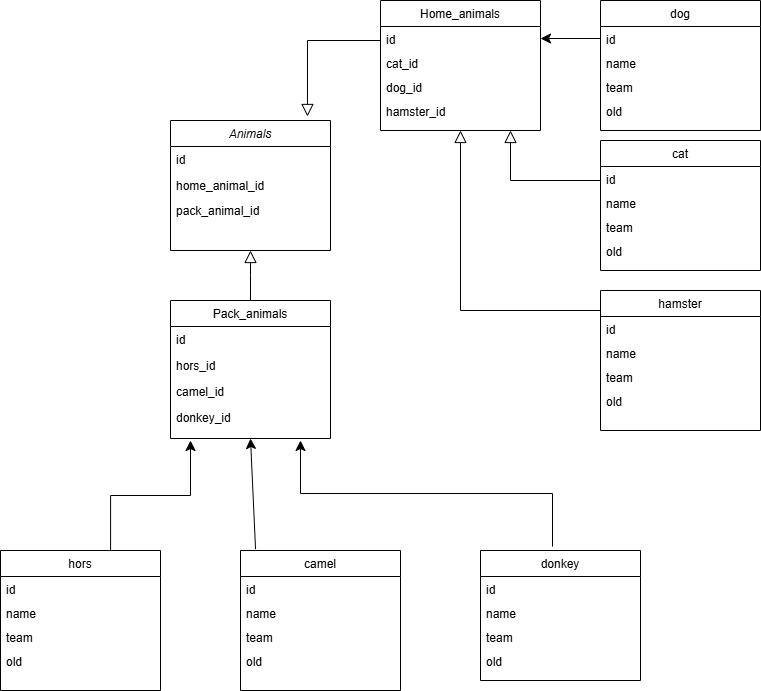
Earlier version of the draw.io export class_diagram.drawio.png (darina1009/final_work). Source tidied: cells renumbered, new cells last; positions are measured from the earlier drawing's top-left corner, leaving out a move shared by most shapes.
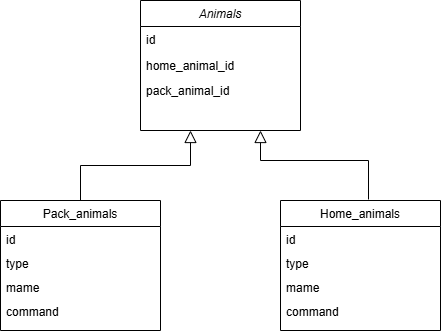
After the change.

Commit message:
class_diagram

What changed in the source:
```diff
@@ -3,7 +3,7 @@
     <mxCell id="0" />
     <mxCell id="1" parent="0" />
     <mxCell id="2" value="Animals" style="swimlane;fontStyle=2;align=center;verticalAlign=top;horizontal=1;startSize=26;rounded=0;shadow=0;strokeWidth=1;" parent="1" vertex="1">
-      <mxGeometry x="170" y="120" width="160" height="130" as="geometry" />
+      <mxGeometry x="320" y="110" width="160" height="130" as="geometry" />
     </mxCell>
     <mxCell id="3" value="id" style="text;align=left;verticalAlign=top;spacingLeft=4;spacingRight=4;overflow=hidden;" parent="2" vertex="1">
       <mxGeometry y="26" width="160" height="26" as="geometry" />
@@ -14,170 +14,51 @@
     <mxCell id="5" style="line;html=1;strokeWidth=1;align=left;verticalAlign=middle;spacingTop=-1;spacingLeft=3;spacingRight=3;labelPosition=right;" parent="2" vertex="1">
       <mxGeometry y="78" width="160" as="geometry" />
     </mxCell>
-    <mxCell id="6" value="Pack_animals" style="swimlane;fontStyle=0;align=center;verticalAlign=top;horizontal=1;startSize=26;rounded=0;shadow=0;strokeWidth=1;" parent="1" vertex="1">
-      <mxGeometry x="170" y="300" width="160" height="138" as="geometry" />
-    </mxCell>
-    <mxCell id="7" value="id" style="text;align=left;verticalAlign=top;spacingLeft=4;spacingRight=4;overflow=hidden;" parent="6" vertex="1">
-      <mxGeometry y="26" width="160" height="26" as="geometry" />
-    </mxCell>
-    <mxCell id="8" value="hors_id" style="text;align=left;verticalAlign=top;spacingLeft=4;spacingRight=4;overflow=hidden;rounded=0;shadow=0;html=0;" parent="6" vertex="1">
-      <mxGeometry y="52" width="160" height="26" as="geometry" />
-    </mxCell>
-    <mxCell id="9" value="camel_id" style="text;align=left;verticalAlign=top;spacingLeft=4;spacingRight=4;overflow=hidden;rounded=0;shadow=0;html=0;" parent="6" vertex="1">
-      <mxGeometry y="78" width="160" height="26" as="geometry" />
-    </mxCell>
-    <mxCell id="10" value="donkey_id" style="text;align=left;verticalAlign=top;spacingLeft=4;spacingRight=4;overflow=hidden;rounded=0;shadow=0;html=0;" parent="6" vertex="1">
-      <mxGeometry y="104" width="160" height="26" as="geometry" />
-    </mxCell>
-    <mxCell id="11" style="endArrow=block;endSize=10;endFill=0;shadow=0;strokeWidth=1;rounded=0;curved=0;edgeStyle=elbowEdgeStyle;elbow=vertical;" parent="1" edge="1" source="6" target="2">
-      <mxGeometry relative="1" as="geometry" />
+    <mxCell id="11" style="endArrow=block;endSize=10;endFill=0;shadow=0;strokeWidth=1;rounded=0;curved=0;edgeStyle=elbowEdgeStyle;elbow=vertical;exitX=0.5;exitY=0;exitDx=0;exitDy=0;" parent="1" edge="1" source="6">
+      <mxGeometry relative="1" as="geometry">
+        <mxPoint x="370" y="240" as="targetPoint" />
+      </mxGeometry>
     </mxCell>
     <mxCell id="12" value="Home_animals" style="swimlane;fontStyle=0;align=center;verticalAlign=top;horizontal=1;startSize=26;rounded=0;shadow=0;strokeWidth=1;" parent="1" vertex="1">
-      <mxGeometry x="380" width="160" height="130" as="geometry" />
+      <mxGeometry x="460" y="310" width="160" height="130" as="geometry" />
     </mxCell>
     <mxCell id="13" value="id" style="text;align=left;verticalAlign=top;spacingLeft=4;spacingRight=4;overflow=hidden;points=[[0,0.5],[1,0.5]];portConstraint=eastwest;" parent="12" vertex="1">
       <mxGeometry y="26" width="160" height="24" as="geometry" />
     </mxCell>
-    <mxCell id="14" value="cat_id" style="text;align=left;verticalAlign=top;spacingLeft=4;spacingRight=4;overflow=hidden;" parent="12" vertex="1">
+    <mxCell id="14" value="type" style="text;align=left;verticalAlign=top;spacingLeft=4;spacingRight=4;overflow=hidden;" parent="12" vertex="1">
       <mxGeometry y="50" width="160" height="24" as="geometry" />
     </mxCell>
-    <mxCell id="15" value="dog_id" style="text;align=left;verticalAlign=top;spacingLeft=4;spacingRight=4;overflow=hidden;" parent="12" vertex="1">
+    <mxCell id="15" value="mame" style="text;align=left;verticalAlign=top;spacingLeft=4;spacingRight=4;overflow=hidden;" parent="12" vertex="1">
       <mxGeometry y="74" width="160" height="24" as="geometry" />
     </mxCell>
-    <mxCell id="16" value="hamster_id" style="text;align=left;verticalAlign=top;spacingLeft=4;spacingRight=4;overflow=hidden;" parent="12" vertex="1">
+    <mxCell id="16" value="command" style="text;align=left;verticalAlign=top;spacingLeft=4;spacingRight=4;overflow=hidden;" parent="12" vertex="1">
       <mxGeometry y="98" width="160" height="24" as="geometry" />
     </mxCell>
-    <mxCell id="17" style="endArrow=block;endSize=10;endFill=0;shadow=0;strokeWidth=1;rounded=0;curved=0;edgeStyle=elbowEdgeStyle;elbow=vertical;exitX=0;exitY=0.5;exitDx=0;exitDy=0;entryX=0.856;entryY=-0.031;entryDx=0;entryDy=0;entryPerimeter=0;" parent="1" edge="1" source="13" target="2">
+    <mxCell id="17" style="endArrow=block;endSize=10;endFill=0;shadow=0;strokeWidth=1;rounded=0;curved=0;edgeStyle=elbowEdgeStyle;elbow=vertical;entryX=0.75;entryY=1;entryDx=0;entryDy=0;exitX=0.55;exitY=-0.008;exitDx=0;exitDy=0;exitPerimeter=0;" parent="1" edge="1" source="12">
       <mxGeometry relative="1" as="geometry">
+        <mxPoint x="440" y="240" as="targetPoint" />
         <Array as="points">
-          <mxPoint x="420" y="40" />
+          <mxPoint x="520" y="270" />
         </Array>
       </mxGeometry>
     </mxCell>
     <mxCell id="18" value="pack_animal_id" style="text;align=left;verticalAlign=top;spacingLeft=4;spacingRight=4;overflow=hidden;rounded=0;shadow=0;html=0;" parent="1" vertex="1">
-      <mxGeometry x="170" y="197" width="160" height="26" as="geometry" />
+      <mxGeometry x="320" y="187" width="160" height="26" as="geometry" />
     </mxCell>
-    <mxCell id="19" style="edgeStyle=none;curved=1;rounded=0;jettySize=auto;html=1;fontSize=12;startSize=8;endSize=8;entryX=1;entryY=0.5;entryDx=0;entryDy=0;exitX=0;exitY=0.5;exitDx=0;exitDy=0;" parent="1" edge="1" source="21" target="13">
-      <mxGeometry relative="1" as="geometry" />
-    </mxCell>
-    <mxCell id="20" value="dog" style="swimlane;fontStyle=0;align=center;verticalAlign=top;horizontal=1;startSize=26;rounded=0;shadow=0;strokeWidth=1;" parent="1" vertex="1">
-      <mxGeometry x="600" width="160" height="130" as="geometry" />
-    </mxCell>
-    <mxCell id="21" value="id" style="text;align=left;verticalAlign=top;spacingLeft=4;spacingRight=4;overflow=hidden;points=[[0,0.5],[1,0.5]];portConstraint=eastwest;" parent="20" vertex="1">
-      <mxGeometry y="26" width="160" height="24" as="geometry" />
-    </mxCell>
-    <mxCell id="22" value="name" style="text;align=left;verticalAlign=top;spacingLeft=4;spacingRight=4;overflow=hidden;" parent="20" vertex="1">
-      <mxGeometry y="50" width="160" height="24" as="geometry" />
-    </mxCell>
-    <mxCell id="23" value="team" style="text;align=left;verticalAlign=top;spacingLeft=4;spacingRight=4;overflow=hidden;" parent="20" vertex="1">
-      <mxGeometry y="74" width="160" height="24" as="geometry" />
-    </mxCell>
-    <mxCell id="24" value="old" style="text;align=left;verticalAlign=top;spacingLeft=4;spacingRight=4;overflow=hidden;" parent="20" vertex="1">
-      <mxGeometry y="98" width="160" height="24" as="geometry" />
-    </mxCell>
-    <mxCell id="25" value="cat&#10;" style="swimlane;fontStyle=0;align=center;verticalAlign=top;horizontal=1;startSize=26;rounded=0;shadow=0;strokeWidth=1;" parent="1" vertex="1">
-      <mxGeometry x="600" y="140" width="160" height="130" as="geometry" />
-    </mxCell>
-    <mxCell id="26" value="id" style="text;align=left;verticalAlign=top;spacingLeft=4;spacingRight=4;overflow=hidden;points=[[0,0.5],[1,0.5]];portConstraint=eastwest;" parent="25" vertex="1">
-      <mxGeometry y="26" width="160" height="24" as="geometry" />
-    </mxCell>
-    <mxCell id="27" value="name" style="text;align=left;verticalAlign=top;spacingLeft=4;spacingRight=4;overflow=hidden;" parent="25" vertex="1">
-      <mxGeometry y="50" width="160" height="24" as="geometry" />
-    </mxCell>
-    <mxCell id="28" value="team" style="text;align=left;verticalAlign=top;spacingLeft=4;spacingRight=4;overflow=hidden;" parent="25" vertex="1">
-      <mxGeometry y="74" width="160" height="24" as="geometry" />
-    </mxCell>
-    <mxCell id="29" value="old" style="text;align=left;verticalAlign=top;spacingLeft=4;spacingRight=4;overflow=hidden;" parent="25" vertex="1">
-      <mxGeometry y="98" width="160" height="24" as="geometry" />
-    </mxCell>
-    <mxCell id="30" style="endArrow=block;endSize=10;endFill=0;shadow=0;strokeWidth=1;rounded=0;curved=0;edgeStyle=elbowEdgeStyle;elbow=vertical;exitX=0;exitY=0.5;exitDx=0;exitDy=0;" parent="1" edge="1" source="26">
-      <mxGeometry relative="1" as="geometry">
-        <mxPoint x="510" y="130" as="targetPoint" />
-        <Array as="points">
-          <mxPoint x="550" y="180" />
-        </Array>
-      </mxGeometry>
-    </mxCell>
-    <mxCell id="31" value="hamster" style="swimlane;fontStyle=0;align=center;verticalAlign=top;horizontal=1;startSize=26;rounded=0;shadow=0;strokeWidth=1;" parent="1" vertex="1">
-      <mxGeometry x="600" y="290" width="160" height="140" as="geometry" />
-    </mxCell>
-    <mxCell id="32" value="id" style="text;align=left;verticalAlign=top;spacingLeft=4;spacingRight=4;overflow=hidden;points=[[0,0.5],[1,0.5]];portConstraint=eastwest;" parent="31" vertex="1">
-      <mxGeometry y="26" width="160" height="24" as="geometry" />
-    </mxCell>
-    <mxCell id="33" value="name" style="text;align=left;verticalAlign=top;spacingLeft=4;spacingRight=4;overflow=hidden;" parent="31" vertex="1">
-      <mxGeometry y="50" width="160" height="24" as="geometry" />
-    </mxCell>
-    <mxCell id="34" value="team" style="text;align=left;verticalAlign=top;spacingLeft=4;spacingRight=4;overflow=hidden;" parent="31" vertex="1">
-      <mxGeometry y="74" width="160" height="24" as="geometry" />
-    </mxCell>
-    <mxCell id="35" value="old" style="text;align=left;verticalAlign=top;spacingLeft=4;spacingRight=4;overflow=hidden;" parent="31" vertex="1">
-      <mxGeometry y="98" width="160" height="24" as="geometry" />
-    </mxCell>
-    <mxCell id="36" style="endArrow=block;endSize=10;endFill=0;shadow=0;strokeWidth=1;rounded=0;curved=0;edgeStyle=elbowEdgeStyle;elbow=vertical;exitX=0;exitY=0.5;exitDx=0;exitDy=0;" parent="1" edge="1" source="32">
-      <mxGeometry relative="1" as="geometry">
-        <mxPoint x="460" y="130" as="targetPoint" />
-        <Array as="points">
-          <mxPoint x="520" y="310" />
-        </Array>
-      </mxGeometry>
-    </mxCell>
-    <mxCell id="37" value="donkey" style="swimlane;fontStyle=0;align=center;verticalAlign=top;horizontal=1;startSize=26;rounded=0;shadow=0;strokeWidth=1;" parent="1" vertex="1">
-      <mxGeometry x="480" y="550" width="160" height="130" as="geometry" />
-    </mxCell>
-    <mxCell id="38" value="id" style="text;align=left;verticalAlign=top;spacingLeft=4;spacingRight=4;overflow=hidden;" parent="37" vertex="1">
-      <mxGeometry y="26" width="160" height="24" as="geometry" />
-    </mxCell>
-    <mxCell id="39" value="name" style="text;align=left;verticalAlign=top;spacingLeft=4;spacingRight=4;overflow=hidden;" parent="37" vertex="1">
-      <mxGeometry y="50" width="160" height="24" as="geometry" />
-    </mxCell>
-    <mxCell id="40" value="team" style="text;align=left;verticalAlign=top;spacingLeft=4;spacingRight=4;overflow=hidden;" parent="37" vertex="1">
-      <mxGeometry y="74" width="160" height="24" as="geometry" />
-    </mxCell>
-    <mxCell id="41" value="old" style="text;align=left;verticalAlign=top;spacingLeft=4;spacingRight=4;overflow=hidden;" parent="37" vertex="1">
-      <mxGeometry y="98" width="160" height="24" as="geometry" />
-    </mxCell>
-    <mxCell id="42" style="edgeStyle=none;curved=1;rounded=0;jettySize=auto;html=1;fontSize=12;startSize=8;endSize=8;exitX=0.094;exitY=-0.01;exitDx=0;exitDy=0;exitPerimeter=0;entryX=0.5;entryY=1;entryDx=0;entryDy=0;" parent="1" edge="1" source="43" target="6">
-      <mxGeometry relative="1" as="geometry" />
-    </mxCell>
-    <mxCell id="43" value="camel" style="swimlane;fontStyle=0;align=center;verticalAlign=top;horizontal=1;startSize=26;rounded=0;shadow=0;strokeWidth=1;" parent="1" vertex="1">
-      <mxGeometry x="240" y="550" width="160" height="140" as="geometry" />
-    </mxCell>
-    <mxCell id="44" value="id" style="text;align=left;verticalAlign=top;spacingLeft=4;spacingRight=4;overflow=hidden;" parent="43" vertex="1">
-      <mxGeometry y="26" width="160" height="24" as="geometry" />
-    </mxCell>
-    <mxCell id="45" value="name" style="text;align=left;verticalAlign=top;spacingLeft=4;spacingRight=4;overflow=hidden;" parent="43" vertex="1">
-      <mxGeometry y="50" width="160" height="24" as="geometry" />
-    </mxCell>
-    <mxCell id="46" value="team" style="text;align=left;verticalAlign=top;spacingLeft=4;spacingRight=4;overflow=hidden;" parent="43" vertex="1">
-      <mxGeometry y="74" width="160" height="24" as="geometry" />
-    </mxCell>
-    <mxCell id="47" value="old" style="text;align=left;verticalAlign=top;spacingLeft=4;spacingRight=4;overflow=hidden;" parent="43" vertex="1">
-      <mxGeometry y="98" width="160" height="24" as="geometry" />
-    </mxCell>
-    <mxCell id="48" value="hors" style="swimlane;fontStyle=0;align=center;verticalAlign=top;horizontal=1;startSize=26;rounded=0;shadow=0;strokeWidth=1;" parent="1" vertex="1">
-      <mxGeometry y="550" width="160" height="140" as="geometry" />
-    </mxCell>
-    <mxCell id="49" value="id" style="text;align=left;verticalAlign=top;spacingLeft=4;spacingRight=4;overflow=hidden;" parent="48" vertex="1">
-      <mxGeometry y="26" width="160" height="24" as="geometry" />
-    </mxCell>
-    <mxCell id="50" value="name" style="text;align=left;verticalAlign=top;spacingLeft=4;spacingRight=4;overflow=hidden;" parent="48" vertex="1">
-      <mxGeometry y="50" width="160" height="24" as="geometry" />
-    </mxCell>
-    <mxCell id="51" value="team" style="text;align=left;verticalAlign=top;spacingLeft=4;spacingRight=4;overflow=hidden;" parent="48" vertex="1">
-      <mxGeometry y="74" width="160" height="24" as="geometry" />
-    </mxCell>
-    <mxCell id="52" value="old" style="text;align=left;verticalAlign=top;spacingLeft=4;spacingRight=4;overflow=hidden;" parent="48" vertex="1">
-      <mxGeometry y="98" width="160" height="24" as="geometry" />
-    </mxCell>
-    <mxCell id="53" style="edgeStyle=elbowEdgeStyle;elbow=vertical;endArrow=classic;html=1;curved=0;rounded=0;endSize=8;startSize=8;fontSize=12;exitX=0.45;exitY=-0.03;exitDx=0;exitDy=0;exitPerimeter=0;" parent="1" edge="1" source="37">
-      <mxGeometry relative="1" as="geometry">
-        <mxPoint x="300" y="440" as="targetPoint" />
-      </mxGeometry>
-    </mxCell>
-    <mxCell id="54" style="edgeStyle=elbowEdgeStyle;elbow=vertical;endArrow=classic;html=1;curved=0;rounded=0;endSize=8;startSize=8;fontSize=12;exitX=0.688;exitY=0;exitDx=0;exitDy=0;exitPerimeter=0;" parent="1" edge="1" source="48">
-      <mxGeometry relative="1" as="geometry">
-        <mxPoint x="190" y="440" as="targetPoint" />
-      </mxGeometry>
-    </mxCell>
+    <mxCell id="6" value="Pack_animals" style="swimlane;fontStyle=0;align=center;verticalAlign=top;horizontal=1;startSize=26;rounded=0;shadow=0;strokeWidth=1;" parent="1" vertex="1">
+      <mxGeometry x="180" y="310" width="160" height="130" as="geometry" />
+    </mxCell>
+    <mxCell id="55" value="id" style="text;align=left;verticalAlign=top;spacingLeft=4;spacingRight=4;overflow=hidden;" parent="6" vertex="1">
+      <mxGeometry y="26" width="160" height="24" as="geometry" />
+    </mxCell>
+    <mxCell id="56" value="type" style="text;align=left;verticalAlign=top;spacingLeft=4;spacingRight=4;overflow=hidden;" parent="6" vertex="1">
+      <mxGeometry y="50" width="160" height="24" as="geometry" />
+    </mxCell>
+    <mxCell id="57" value="mame" style="text;align=left;verticalAlign=top;spacingLeft=4;spacingRight=4;overflow=hidden;" parent="6" vertex="1">
+      <mxGeometry y="74" width="160" height="24" as="geometry" />
+    </mxCell>
+    <mxCell id="58" value="command" style="text;align=left;verticalAlign=top;spacingLeft=4;spacingRight=4;overflow=hidden;" parent="6" vertex="1">
+      <mxGeometry y="98" width="160" height="24" as="geometry" />
+    </mxCell>
   </root>
 </mxGraphModel>
```
